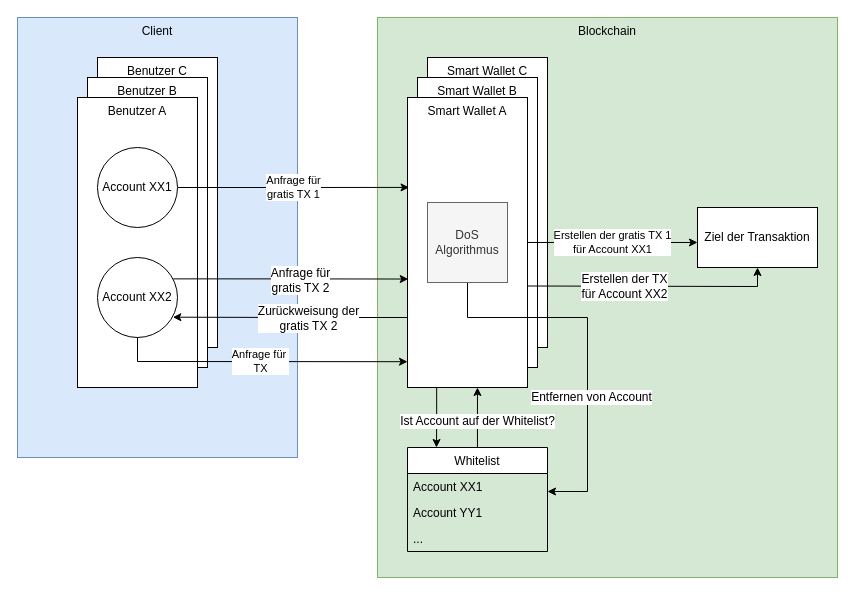
The draw.io diagram Report/images/src/solution1.drawio in Geryones/BlockChain_TransactionManager, before the edit. Source tidied: cells renumbered, new cells numbered last; positions are measured from the earlier drawing's top-left corner, leaving out a move shared by most shapes. Both pictures are drawn from the tidied source at 100%, with x=0, y=0 at pixel (17, 17).
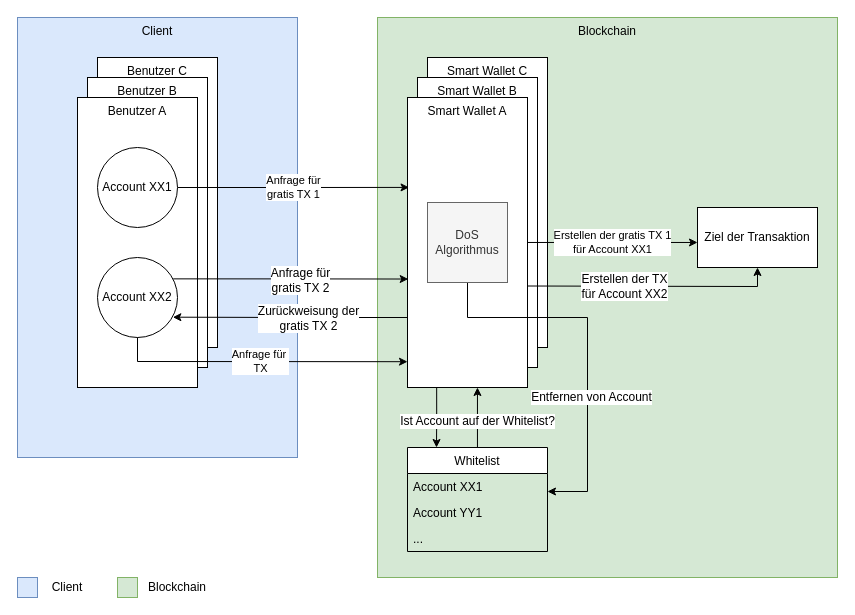
Above is the later version.

Change to the diagram source:
```diff
@@
+    <mxCell id="32" style="rounded=0;whiteSpace=wrap;html=1;fillColor=#dae8fc;strokeColor=#6c8ebf;" parent="1" vertex="1">
+      <mxGeometry y="560" width="20" height="20" as="geometry" />
+    </mxCell>
+    <mxCell id="33" value="Client" style="text;html=1;strokeColor=none;fillColor=none;align=center;verticalAlign=middle;whiteSpace=wrap;rounded=0;" parent="1" vertex="1">
+      <mxGeometry x="30" y="560" width="40" height="20" as="geometry" />
+    </mxCell>
+    <mxCell id="34" style="rounded=0;whiteSpace=wrap;html=1;fillColor=#d5e8d4;strokeColor=#82b366;" parent="1" vertex="1">
+      <mxGeometry x="100" y="560" width="20" height="20" as="geometry" />
+    </mxCell>
+    <mxCell id="35" value="Blockchain" style="text;html=1;align=center;verticalAlign=middle;whiteSpace=wrap;rounded=0;" parent="1" vertex="1">
+      <mxGeometry x="140" y="560" width="40" height="20" as="geometry" />
+    </mxCell>
```
